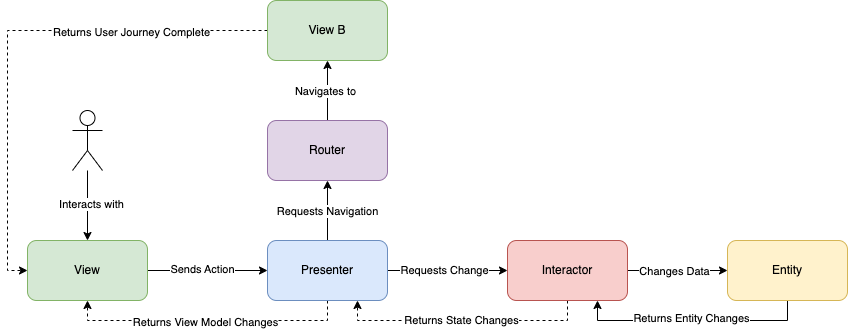
The draw.io diagram viper.png in cjnevin/IdealCleanArchitecture, before a commit. Source tidied: cells renumbered, new cells last; positions are measured from the earlier drawing's top-left corner, leaving out a move shared by most shapes.
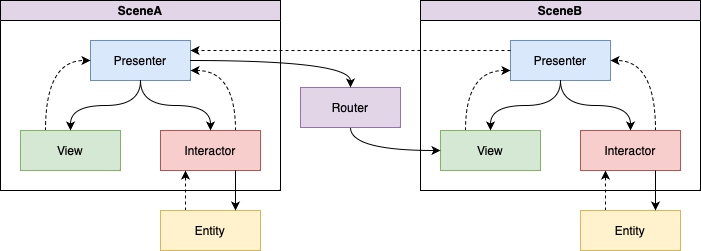
The same file after the commit.

Change to the diagram source:
```diff
@@ -2,92 +2,83 @@
   <root>
     <mxCell id="0" />
     <mxCell id="1" parent="0" />
-    <mxCell id="2" style="edgeStyle=orthogonalEdgeStyle;rounded=0;jettySize=auto;html=1;exitX=1;exitY=0.5;exitDx=0;exitDy=0;entryX=0;entryY=0.5;entryDx=0;entryDy=0;" parent="1" edge="1" source="4" target="11">
-      <mxGeometry relative="1" as="geometry" />
-    </mxCell>
-    <mxCell id="3" value="Sends Action" style="edgeLabel;html=1;align=center;verticalAlign=middle;" parent="2" vertex="1">
-      <mxGeometry x="-0.07" y="2" relative="1" as="geometry">
-        <mxPoint x="-2" as="offset" />
-      </mxGeometry>
-    </mxCell>
-    <mxCell id="4" value="View" style="rounded=1;whiteSpace=wrap;html=1;fillColor=#d5e8d4;strokeColor=#82b366;" parent="1" vertex="1">
-      <mxGeometry y="240" width="120" height="60" as="geometry" />
-    </mxCell>
-    <mxCell id="5" style="edgeStyle=orthogonalEdgeStyle;rounded=0;jettySize=auto;html=1;exitX=0.5;exitY=1;exitDx=0;exitDy=0;entryX=0.5;entryY=1;entryDx=0;entryDy=0;dashed=1;" parent="1" edge="1" source="11" target="4">
-      <mxGeometry relative="1" as="geometry" />
-    </mxCell>
-    <mxCell id="6" value="Returns View Model Changes" style="edgeLabel;html=1;align=center;verticalAlign=middle;" parent="5" vertex="1">
-      <mxGeometry x="0.02" y="1" relative="1" as="geometry" />
-    </mxCell>
-    <mxCell id="7" style="edgeStyle=orthogonalEdgeStyle;rounded=0;jettySize=auto;html=1;exitX=0.5;exitY=0;exitDx=0;exitDy=0;entryX=0.5;entryY=1;entryDx=0;entryDy=0;" parent="1" edge="1" source="11" target="14">
-      <mxGeometry relative="1" as="geometry" />
-    </mxCell>
-    <mxCell id="8" value="Requests Navigation" style="edgeLabel;html=1;align=center;verticalAlign=middle;" parent="7" vertex="1">
-      <mxGeometry y="1" relative="1" as="geometry" />
-    </mxCell>
-    <mxCell id="9" style="edgeStyle=orthogonalEdgeStyle;rounded=0;jettySize=auto;html=1;exitX=1;exitY=0.5;exitDx=0;exitDy=0;entryX=0;entryY=0.5;entryDx=0;entryDy=0;" parent="1" edge="1" source="11" target="19">
-      <mxGeometry relative="1" as="geometry" />
-    </mxCell>
-    <mxCell id="10" value="Requests Change" style="edgeLabel;html=1;align=center;verticalAlign=middle;" parent="9" vertex="1">
-      <mxGeometry y="1" relative="1" as="geometry">
-        <mxPoint x="-4" as="offset" />
-      </mxGeometry>
-    </mxCell>
-    <mxCell id="11" value="Presenter" style="rounded=1;whiteSpace=wrap;html=1;fillColor=#dae8fc;strokeColor=#6c8ebf;" parent="1" vertex="1">
-      <mxGeometry x="240" y="240" width="120" height="60" as="geometry" />
-    </mxCell>
-    <mxCell id="12" style="edgeStyle=orthogonalEdgeStyle;rounded=0;jettySize=auto;html=1;exitX=0.5;exitY=0;exitDx=0;exitDy=0;" parent="1" edge="1" source="14" target="28">
-      <mxGeometry relative="1" as="geometry" />
-    </mxCell>
-    <mxCell id="13" value="Navigates to" style="edgeLabel;html=1;align=center;verticalAlign=middle;" parent="12" vertex="1">
-      <mxGeometry y="3" relative="1" as="geometry" />
-    </mxCell>
+    <mxCell id="29" value="SceneA" style="swimlane;startSize=20;horizontal=1;horizontalTree=0;containerType=tree;fillColor=#E1D5E7;" parent="1" vertex="1">
+      <mxGeometry x="-60" y="33" width="280" height="190" as="geometry" />
+    </mxCell>
+    <mxCell id="30" value="Presenter" style="whiteSpace=wrap;html=1;fillColor=#dae8fc;strokeColor=#6c8ebf;" parent="29" vertex="1">
+      <mxGeometry x="90" y="40" width="100" height="40" as="geometry" />
+    </mxCell>
+    <mxCell id="31" style="edgeStyle=orthogonalEdgeStyle;rounded=0;jettySize=auto;html=1;exitX=0.25;exitY=0;exitDx=0;exitDy=0;entryX=0;entryY=0.5;entryDx=0;entryDy=0;dashed=1;curved=1;" parent="29" edge="1" source="32" target="30">
+      <mxGeometry relative="1" as="geometry" />
+    </mxCell>
+    <mxCell id="32" value="View" style="whiteSpace=wrap;html=1;fillColor=#d5e8d4;strokeColor=#82b366;" parent="29" vertex="1">
+      <mxGeometry x="20" y="130" width="100" height="40" as="geometry" />
+    </mxCell>
+    <mxCell id="33" style="edgeStyle=orthogonalEdgeStyle;elbow=vertical;html=1;rounded=0;curved=1;" parent="29" edge="1" source="30" target="32">
+      <mxGeometry relative="1" as="geometry" />
+    </mxCell>
+    <mxCell id="34" style="edgeStyle=orthogonalEdgeStyle;rounded=0;jettySize=auto;html=1;exitX=0.75;exitY=0;exitDx=0;exitDy=0;entryX=1;entryY=0.75;entryDx=0;entryDy=0;dashed=1;curved=1;" parent="29" edge="1" source="35" target="30">
+      <mxGeometry relative="1" as="geometry" />
+    </mxCell>
+    <mxCell id="35" value="Interactor" style="whiteSpace=wrap;html=1;fillColor=#f8cecc;strokeColor=#b85450;" parent="29" vertex="1">
+      <mxGeometry x="160" y="130" width="100" height="40" as="geometry" />
+    </mxCell>
+    <mxCell id="36" style="edgeStyle=orthogonalEdgeStyle;elbow=vertical;html=1;rounded=0;curved=1;" parent="29" edge="1" source="30" target="35">
+      <mxGeometry relative="1" as="geometry" />
+    </mxCell>
+    <mxCell id="37" style="edgeStyle=orthogonalEdgeStyle;rounded=0;jettySize=auto;html=1;exitX=0.25;exitY=0;exitDx=0;exitDy=0;entryX=0.25;entryY=1;entryDx=0;entryDy=0;dashed=1;" parent="1" edge="1" source="38" target="35">
+      <mxGeometry relative="1" as="geometry" />
+    </mxCell>
+    <mxCell id="38" value="Entity" style="whiteSpace=wrap;html=1;fillColor=#fff2cc;strokeColor=#d6b656;" parent="1" vertex="1">
+      <mxGeometry x="100" y="243" width="100" height="40" as="geometry" />
+    </mxCell>
+    <mxCell id="39" style="edgeStyle=orthogonalEdgeStyle;rounded=0;jettySize=auto;html=1;exitX=0.75;exitY=1;exitDx=0;exitDy=0;entryX=0.75;entryY=0;entryDx=0;entryDy=0;" parent="1" edge="1" source="35" target="38">
+      <mxGeometry relative="1" as="geometry" />
+    </mxCell>
+    <mxCell id="40" value="SceneB" style="swimlane;startSize=20;horizontal=1;horizontalTree=0;containerType=tree;fillColor=#E1D5E7;" parent="1" vertex="1">
+      <mxGeometry x="360" y="33" width="280" height="190" as="geometry" />
+    </mxCell>
+    <mxCell id="41" value="Presenter" style="whiteSpace=wrap;html=1;fillColor=#dae8fc;strokeColor=#6c8ebf;" parent="40" vertex="1">
+      <mxGeometry x="90" y="40" width="100" height="40" as="geometry" />
+    </mxCell>
+    <mxCell id="42" style="edgeStyle=orthogonalEdgeStyle;rounded=0;jettySize=auto;html=1;exitX=0.25;exitY=0;exitDx=0;exitDy=0;entryX=0;entryY=0.75;entryDx=0;entryDy=0;dashed=1;curved=1;" parent="40" edge="1" source="43" target="41">
+      <mxGeometry relative="1" as="geometry" />
+    </mxCell>
+    <mxCell id="43" value="View" style="whiteSpace=wrap;html=1;fillColor=#d5e8d4;strokeColor=#82b366;" parent="40" vertex="1">
+      <mxGeometry x="20" y="130" width="100" height="40" as="geometry" />
+    </mxCell>
+    <mxCell id="44" style="edgeStyle=orthogonalEdgeStyle;elbow=vertical;html=1;rounded=0;curved=1;" parent="40" edge="1" source="41" target="43">
+      <mxGeometry relative="1" as="geometry" />
+    </mxCell>
+    <mxCell id="45" style="edgeStyle=orthogonalEdgeStyle;rounded=0;jettySize=auto;html=1;exitX=0.75;exitY=0;exitDx=0;exitDy=0;entryX=1;entryY=0.5;entryDx=0;entryDy=0;dashed=1;curved=1;" parent="40" edge="1" source="46" target="41">
+      <mxGeometry relative="1" as="geometry" />
+    </mxCell>
+    <mxCell id="46" value="Interactor" style="whiteSpace=wrap;html=1;fillColor=#f8cecc;strokeColor=#b85450;" parent="40" vertex="1">
+      <mxGeometry x="160" y="130" width="100" height="40" as="geometry" />
+    </mxCell>
+    <mxCell id="47" style="edgeStyle=orthogonalEdgeStyle;elbow=vertical;html=1;rounded=0;curved=1;" parent="40" edge="1" source="41" target="46">
+      <mxGeometry relative="1" as="geometry" />
+    </mxCell>
+    <mxCell id="48" style="edgeStyle=orthogonalEdgeStyle;rounded=0;jettySize=auto;html=1;exitX=0.25;exitY=0;exitDx=0;exitDy=0;entryX=0.25;entryY=1;entryDx=0;entryDy=0;dashed=1;" parent="1" edge="1" source="49" target="46">
+      <mxGeometry relative="1" as="geometry" />
+    </mxCell>
+    <mxCell id="49" value="Entity" style="whiteSpace=wrap;html=1;fillColor=#fff2cc;strokeColor=#d6b656;" parent="1" vertex="1">
+      <mxGeometry x="520" y="243" width="100" height="40" as="geometry" />
+    </mxCell>
+    <mxCell id="50" style="edgeStyle=orthogonalEdgeStyle;rounded=0;jettySize=auto;html=1;exitX=0.75;exitY=1;exitDx=0;exitDy=0;entryX=0.75;entryY=0;entryDx=0;entryDy=0;" parent="1" edge="1" source="46" target="49">
+      <mxGeometry relative="1" as="geometry" />
+    </mxCell>
+    <mxCell id="51" style="edgeStyle=orthogonalEdgeStyle;rounded=0;jettySize=auto;html=1;exitX=0.5;exitY=1;exitDx=0;exitDy=0;entryX=0;entryY=0.5;entryDx=0;entryDy=0;curved=1;" parent="1" edge="1" source="14" target="43">
+      <mxGeometry relative="1" as="geometry" />
+    </mxCell>
-    <mxCell id="14" value="Router" style="rounded=1;whiteSpace=wrap;html=1;fillColor=#e1d5e7;strokeColor=#9673a6;" parent="1" vertex="1">
-      <mxGeometry x="240" y="120" width="120" height="60" as="geometry" />
+    <mxCell id="14" value="Router" style="whiteSpace=wrap;html=1;fillColor=#e1d5e7;strokeColor=#9673a6;" parent="1" vertex="1">
+      <mxGeometry x="240" y="120" width="100" height="40" as="geometry" />
     </mxCell>
-    <mxCell id="15" style="edgeStyle=orthogonalEdgeStyle;rounded=0;jettySize=auto;html=1;exitX=0.5;exitY=1;exitDx=0;exitDy=0;entryX=0.75;entryY=1;entryDx=0;entryDy=0;dashed=1;" parent="1" edge="1" source="19" target="11">
-      <mxGeometry relative="1" as="geometry" />
-    </mxCell>
-    <mxCell id="16" value="Returns State Changes" style="edgeLabel;html=1;align=center;verticalAlign=middle;" parent="15" vertex="1">
-      <mxGeometry x="0.02" y="-1" relative="1" as="geometry" />
-    </mxCell>
-    <mxCell id="17" style="edgeStyle=orthogonalEdgeStyle;rounded=0;jettySize=auto;html=1;exitX=1;exitY=0.5;exitDx=0;exitDy=0;entryX=0;entryY=0.5;entryDx=0;entryDy=0;" parent="1" edge="1" source="19" target="22">
-      <mxGeometry relative="1" as="geometry" />
-    </mxCell>
-    <mxCell id="18" value="Changes Data" style="edgeLabel;html=1;align=center;verticalAlign=middle;" parent="17" vertex="1">
-      <mxGeometry x="-0.22" relative="1" as="geometry">
-        <mxPoint x="7" as="offset" />
-      </mxGeometry>
-    </mxCell>
-    <mxCell id="19" value="Interactor" style="rounded=1;whiteSpace=wrap;html=1;fillColor=#f8cecc;strokeColor=#b85450;" parent="1" vertex="1">
-      <mxGeometry x="480" y="240" width="120" height="60" as="geometry" />
-    </mxCell>
-    <mxCell id="20" style="edgeStyle=orthogonalEdgeStyle;rounded=0;jettySize=auto;html=1;exitX=0.5;exitY=1;exitDx=0;exitDy=0;entryX=0.75;entryY=1;entryDx=0;entryDy=0;" parent="1" edge="1" source="22" target="19">
-      <mxGeometry relative="1" as="geometry" />
-    </mxCell>
-    <mxCell id="21" value="Returns Entity Changes" style="edgeLabel;html=1;align=center;verticalAlign=middle;" parent="20" vertex="1">
-      <mxGeometry x="0.02" y="-3" relative="1" as="geometry" />
-    </mxCell>
-    <mxCell id="22" value="Entity" style="rounded=1;whiteSpace=wrap;html=1;fillColor=#fff2cc;strokeColor=#d6b656;" parent="1" vertex="1">
-      <mxGeometry x="700" y="240" width="120" height="60" as="geometry" />
-    </mxCell>
-    <mxCell id="23" style="edgeStyle=orthogonalEdgeStyle;rounded=0;jettySize=auto;html=1;" parent="1" edge="1" source="25" target="4">
-      <mxGeometry relative="1" as="geometry" />
-    </mxCell>
-    <mxCell id="24" value="Interacts with" style="edgeLabel;html=1;align=center;verticalAlign=middle;" parent="23" vertex="1">
-      <mxGeometry x="-0.05" y="3" relative="1" as="geometry" />
-    </mxCell>
-    <mxCell id="25" style="shape=umlActor;verticalLabelPosition=bottom;verticalAlign=top;html=1;outlineConnect=0;" parent="1" vertex="1">
-      <mxGeometry x="45" y="110" width="30" height="60" as="geometry" />
-    </mxCell>
-    <mxCell id="26" style="edgeStyle=orthogonalEdgeStyle;rounded=0;jettySize=auto;html=1;exitX=0;exitY=0.5;exitDx=0;exitDy=0;entryX=0;entryY=0.5;entryDx=0;entryDy=0;dashed=1;" parent="1" edge="1" source="28" target="4">
-      <mxGeometry relative="1" as="geometry" />
-    </mxCell>
-    <mxCell id="27" value="Returns User Journey Complete" style="edgeLabel;html=1;align=center;verticalAlign=middle;" parent="26" vertex="1">
-      <mxGeometry x="-0.47" y="1" relative="1" as="geometry" />
-    </mxCell>
-    <mxCell id="28" value="View B" style="rounded=1;whiteSpace=wrap;html=1;fillColor=#d5e8d4;strokeColor=#82b366;" parent="1" vertex="1">
-      <mxGeometry x="240" width="120" height="60" as="geometry" />
-    </mxCell>
+    <mxCell id="52" style="edgeStyle=orthogonalEdgeStyle;rounded=0;jettySize=auto;html=1;exitX=1;exitY=0.5;exitDx=0;exitDy=0;entryX=0.5;entryY=0;entryDx=0;entryDy=0;curved=1;" parent="1" edge="1" source="30" target="14">
+      <mxGeometry relative="1" as="geometry" />
+    </mxCell>
+    <mxCell id="53" style="edgeStyle=orthogonalEdgeStyle;rounded=0;jettySize=auto;html=1;exitX=0;exitY=0.25;exitDx=0;exitDy=0;entryX=1;entryY=0.25;entryDx=0;entryDy=0;dashed=1;" parent="1" edge="1" source="41" target="30">
+      <mxGeometry relative="1" as="geometry" />
+    </mxCell>
   </root>
 </mxGraphModel>
```
